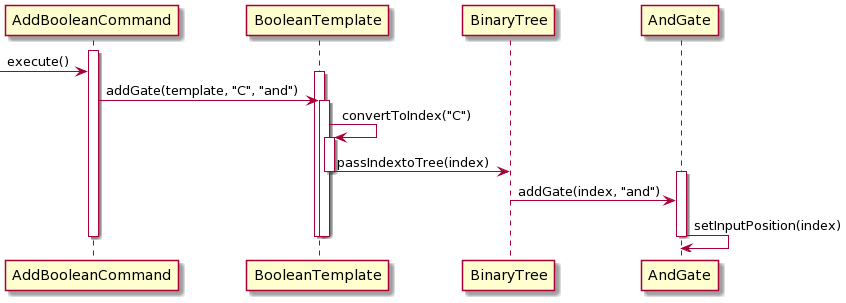
Earlier version of the PlantUML export docs/diagrams/AddBooleanCommand.png (sevenseasofbri/tp).
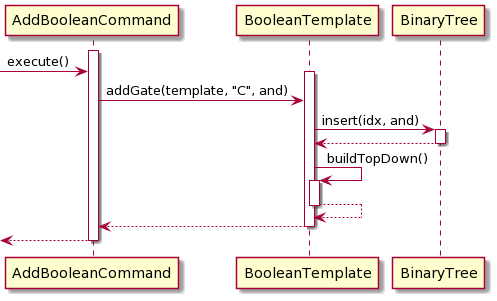
Above is the later version.

Commit message:
Changes to Boolean Commands

Diff of the diagram source:
```diff
@@ -4,30 +4,24 @@
 ->AddBooleanCommand: execute()
 
 activate BooleanTemplate
-AddBooleanCommand -> BooleanTemplate: addGate(template, "C", "and")
+AddBooleanCommand -> BooleanTemplate: addGate(template, "C", and)
 
+
+BooleanTemplate -> BinaryTree : insert(idx, and)
+activate BinaryTree
+
+BinaryTree --> BooleanTemplate
+deactivate BinaryTree
+
+BooleanTemplate -> BooleanTemplate : buildTopDown()
 activate BooleanTemplate
-BooleanTemplate -> BooleanTemplate: convertToIndex("C")
 
-activate BooleanTemplate
-BooleanTemplate -> BinaryTree: passIndextoTree(index)
-
+BooleanTemplate --> BooleanTemplate
 deactivate BooleanTemplate
 
-deactivate BinaryTree
-
-activate AndGate
-BinaryTree -> AndGate: addGate(index, "and")
-
-deactivate BinaryTree
-
-AndGate -> AndGate: setInputPosition(index)
-
-
-deactivate AndGate
-
+BooleanTemplate --> AddBooleanCommand
 deactivate BooleanTemplate
 
-deactivate BooleanTemplate
+<-- AddBooleanCommand
 deactivate AddBooleanCommand
 @enduml
```
